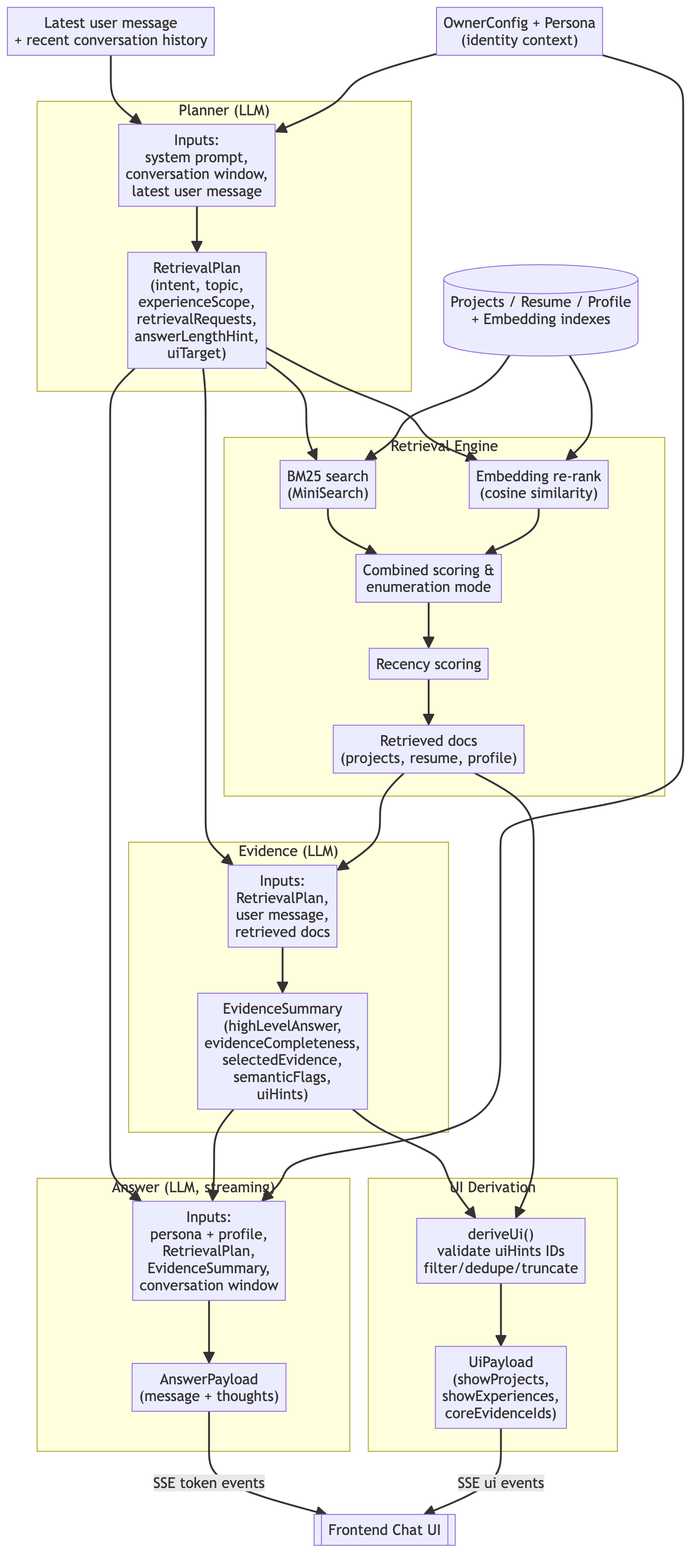
Volpestyle/portfolio keeps this Mermaid diagram as generated-diagrams/portfolio-chat-pipeline-internals.png. Above is the earlier version. Its source is kept beside it as generated-diagrams/portfolio-chat-pipeline-internals.mmd. Its diagram source:
```mermaid
flowchart TB
  USER_MSG["Latest user message\n+ recent conversation history"]
  OWNER_CFG["OwnerConfig + Persona\n(identity context)"]
  CORPORA[(Projects / Resume / Profile\n+ Embedding indexes)]

  subgraph PLANNER["Planner (LLM)"]
    P_IN["Inputs:\nsystem prompt,\nconversation window,\nlatest user message"]
    P_OUT["RetrievalPlan\n(intent, topic,\nexperienceScope,\nretrievalRequests,\nanswerLengthHint,\nuiTarget)"]
  end

  subgraph RETR["Retrieval Engine"]
    RET_BM25["BM25 search\n(MiniSearch)"]
    RET_EMB["Embedding re-rank\n(cosine similarity)"]
    RET_REC["Recency scoring"]
    RET_COMB["Combined scoring &\nenumeration mode"]
    RET_OUT["Retrieved docs\n(projects, resume, profile)"]
  end

  subgraph EVID["Evidence (LLM)"]
    E_IN["Inputs:\nRetrievalPlan,\nuser message,\nretrieved docs"]
    E_OUT["EvidenceSummary\n(highLevelAnswer,\nevidenceCompleteness,\nselectedEvidence,\nsemanticFlags,\nuiHints)"]
  end

  subgraph ANSWER["Answer (LLM, streaming)"]
    A_IN["Inputs:\npersona + profile,\nRetrievalPlan,\nEvidenceSummary,\nconversation window"]
    A_OUT["AnswerPayload\n(message + thoughts)"]
  end

  subgraph UI["UI Derivation"]
    UI_DERIVE["deriveUi()\nvalidate uiHints IDs\nfilter/dedupe/truncate"]
    UI_PAYLOAD["UiPayload\n(showProjects,\nshowExperiences,\ncoreEvidenceIds)"]
  end

  USER_MSG --> P_IN
  OWNER_CFG --> P_IN
  P_IN --> P_OUT

  P_OUT --> RET_BM25
  CORPORA --> RET_BM25
  P_OUT --> RET_EMB
  CORPORA --> RET_EMB
  RET_BM25 --> RET_COMB
  RET_EMB --> RET_COMB
  RET_COMB --> RET_REC
  RET_REC --> RET_OUT

  P_OUT --> E_IN
  RET_OUT --> E_IN
  E_IN --> E_OUT

  P_OUT --> A_IN
  E_OUT --> A_IN
  OWNER_CFG --> A_IN
  A_IN --> A_OUT

  E_OUT --> UI_DERIVE
  RET_OUT --> UI_DERIVE
  UI_DERIVE --> UI_PAYLOAD

  A_OUT -->|SSE token events| UI_CLIENT[[Frontend Chat UI]]
  UI_PAYLOAD -->|SSE ui events| UI_CLIENT
```
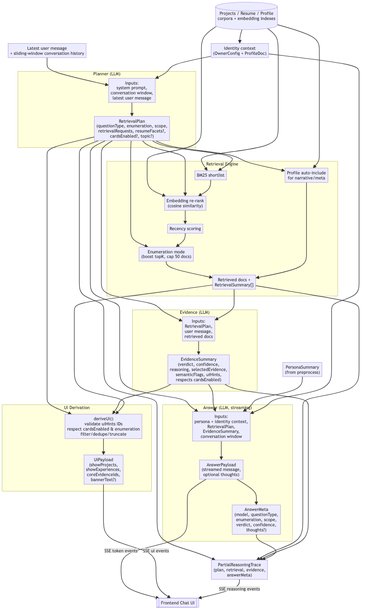
After the change.

The edit, as a diff of the source:
```diff
@@ -1,48 +1,58 @@
 flowchart TB
-  USER_MSG["Latest user message\n+ recent conversation history"]
-  OWNER_CFG["OwnerConfig + Persona\n(identity context)"]
-  CORPORA[(Projects / Resume / Profile\n+ Embedding indexes)]
+  USER_MSG["Latest user message\n+ sliding-window conversation history"]
+  ID_CONTEXT["Identity context\n(OwnerConfig + ProfileDoc)"]
+  PERSONA["PersonaSummary\n(from preprocess)"]
+  CORPORA[(Projects / Resume / Profile\ncorpora + embedding indexes)]
 
   subgraph PLANNER["Planner (LLM)"]
     P_IN["Inputs:\nsystem prompt,\nconversation window,\nlatest user message"]
-    P_OUT["RetrievalPlan\n(intent, topic,\nexperienceScope,\nretrievalRequests,\nanswerLengthHint,\nuiTarget)"]
+    P_OUT["RetrievalPlan\n(questionType, enumeration, scope,\nretrievalRequests, resumeFacets?,\ncardsEnabled?, topic?)"]
   end
 
   subgraph RETR["Retrieval Engine"]
-    RET_BM25["BM25 search\n(MiniSearch)"]
+    RET_BM25["BM25 shortlist"]
     RET_EMB["Embedding re-rank\n(cosine similarity)"]
     RET_REC["Recency scoring"]
-    RET_COMB["Combined scoring &\nenumeration mode"]
-    RET_OUT["Retrieved docs\n(projects, resume, profile)"]
+    RET_ENUM["Enumeration mode\n(boost topK, cap 50 docs)"]
+    RET_PROFILE["Profile auto-include\nfor narrative/meta"]
+    RET_OUT["Retrieved docs +\nRetrievalSummary[]"]
   end
 
   subgraph EVID["Evidence (LLM)"]
     E_IN["Inputs:\nRetrievalPlan,\nuser message,\nretrieved docs"]
-    E_OUT["EvidenceSummary\n(highLevelAnswer,\nevidenceCompleteness,\nselectedEvidence,\nsemanticFlags,\nuiHints)"]
+    E_OUT["EvidenceSummary\n(verdict, confidence,\nreasoning, selectedEvidence,\nsemanticFlags, uiHints,\nrespects cardsEnabled)"]
   end
 
   subgraph ANSWER["Answer (LLM, streaming)"]
-    A_IN["Inputs:\npersona + profile,\nRetrievalPlan,\nEvidenceSummary,\nconversation window"]
-    A_OUT["AnswerPayload\n(message + thoughts)"]
+    A_IN["Inputs:\npersona + identity context,\nRetrievalPlan,\nEvidenceSummary,\nconversation window"]
+    A_OUT["AnswerPayload\n(streamed message,\noptional thoughts)"]
+    A_META["AnswerMeta\n(model, questionType,\nenumeration, scope,\nverdict, confidence,\nthoughts?)"]
   end
 
   subgraph UI["UI Derivation"]
-    UI_DERIVE["deriveUi()\nvalidate uiHints IDs\nfilter/dedupe/truncate"]
-    UI_PAYLOAD["UiPayload\n(showProjects,\nshowExperiences,\ncoreEvidenceIds)"]
+    UI_DERIVE["deriveUi()\nvalidate uiHints IDs\nrespect cardsEnabled & enumeration\nfilter/dedupe/truncate"]
+    UI_PAYLOAD["UiPayload\n(showProjects,\nshowExperiences,\ncoreEvidenceIds,\nbannerText?)"]
   end
 
+  REASON["PartialReasoningTrace\n(plan, retrieval, evidence,\nanswerMeta)"]
+
   USER_MSG --> P_IN
-  OWNER_CFG --> P_IN
+  ID_CONTEXT --> P_IN
+  CORPORA --> ID_CONTEXT
   P_IN --> P_OUT
 
+  CORPORA --> RET_BM25
+  CORPORA --> RET_EMB
   P_OUT --> RET_BM25
-  CORPORA --> RET_BM25
   P_OUT --> RET_EMB
-  CORPORA --> RET_EMB
-  RET_BM25 --> RET_COMB
-  RET_EMB --> RET_COMB
-  RET_COMB --> RET_REC
-  RET_REC --> RET_OUT
+  RET_BM25 --> RET_EMB
+  RET_EMB --> RET_REC
+  P_OUT --> RET_ENUM
+  RET_REC --> RET_ENUM
+  RET_ENUM --> RET_OUT
+  P_OUT --> RET_PROFILE
+  CORPORA --> RET_PROFILE
+  RET_PROFILE --> RET_OUT
 
   P_OUT --> E_IN
   RET_OUT --> E_IN
@@ -50,12 +60,22 @@
 
   P_OUT --> A_IN
   E_OUT --> A_IN
-  OWNER_CFG --> A_IN
+  PERSONA --> A_IN
+  ID_CONTEXT --> A_IN
   A_IN --> A_OUT
+  A_OUT --> A_META
 
+  P_OUT --> UI_DERIVE
   E_OUT --> UI_DERIVE
   RET_OUT --> UI_DERIVE
   UI_DERIVE --> UI_PAYLOAD
 
-  A_OUT -->|SSE token events| UI_CLIENT[[Frontend Chat UI]]
+  P_OUT --> REASON
+  RET_OUT --> REASON
+  E_OUT --> REASON
+  A_META --> REASON
+
+  UI_CLIENT[[Frontend Chat UI]]
+  A_OUT -->|SSE token events| UI_CLIENT
   UI_PAYLOAD -->|SSE ui events| UI_CLIENT
+  REASON -->|SSE reasoning events| UI_CLIENT
```
